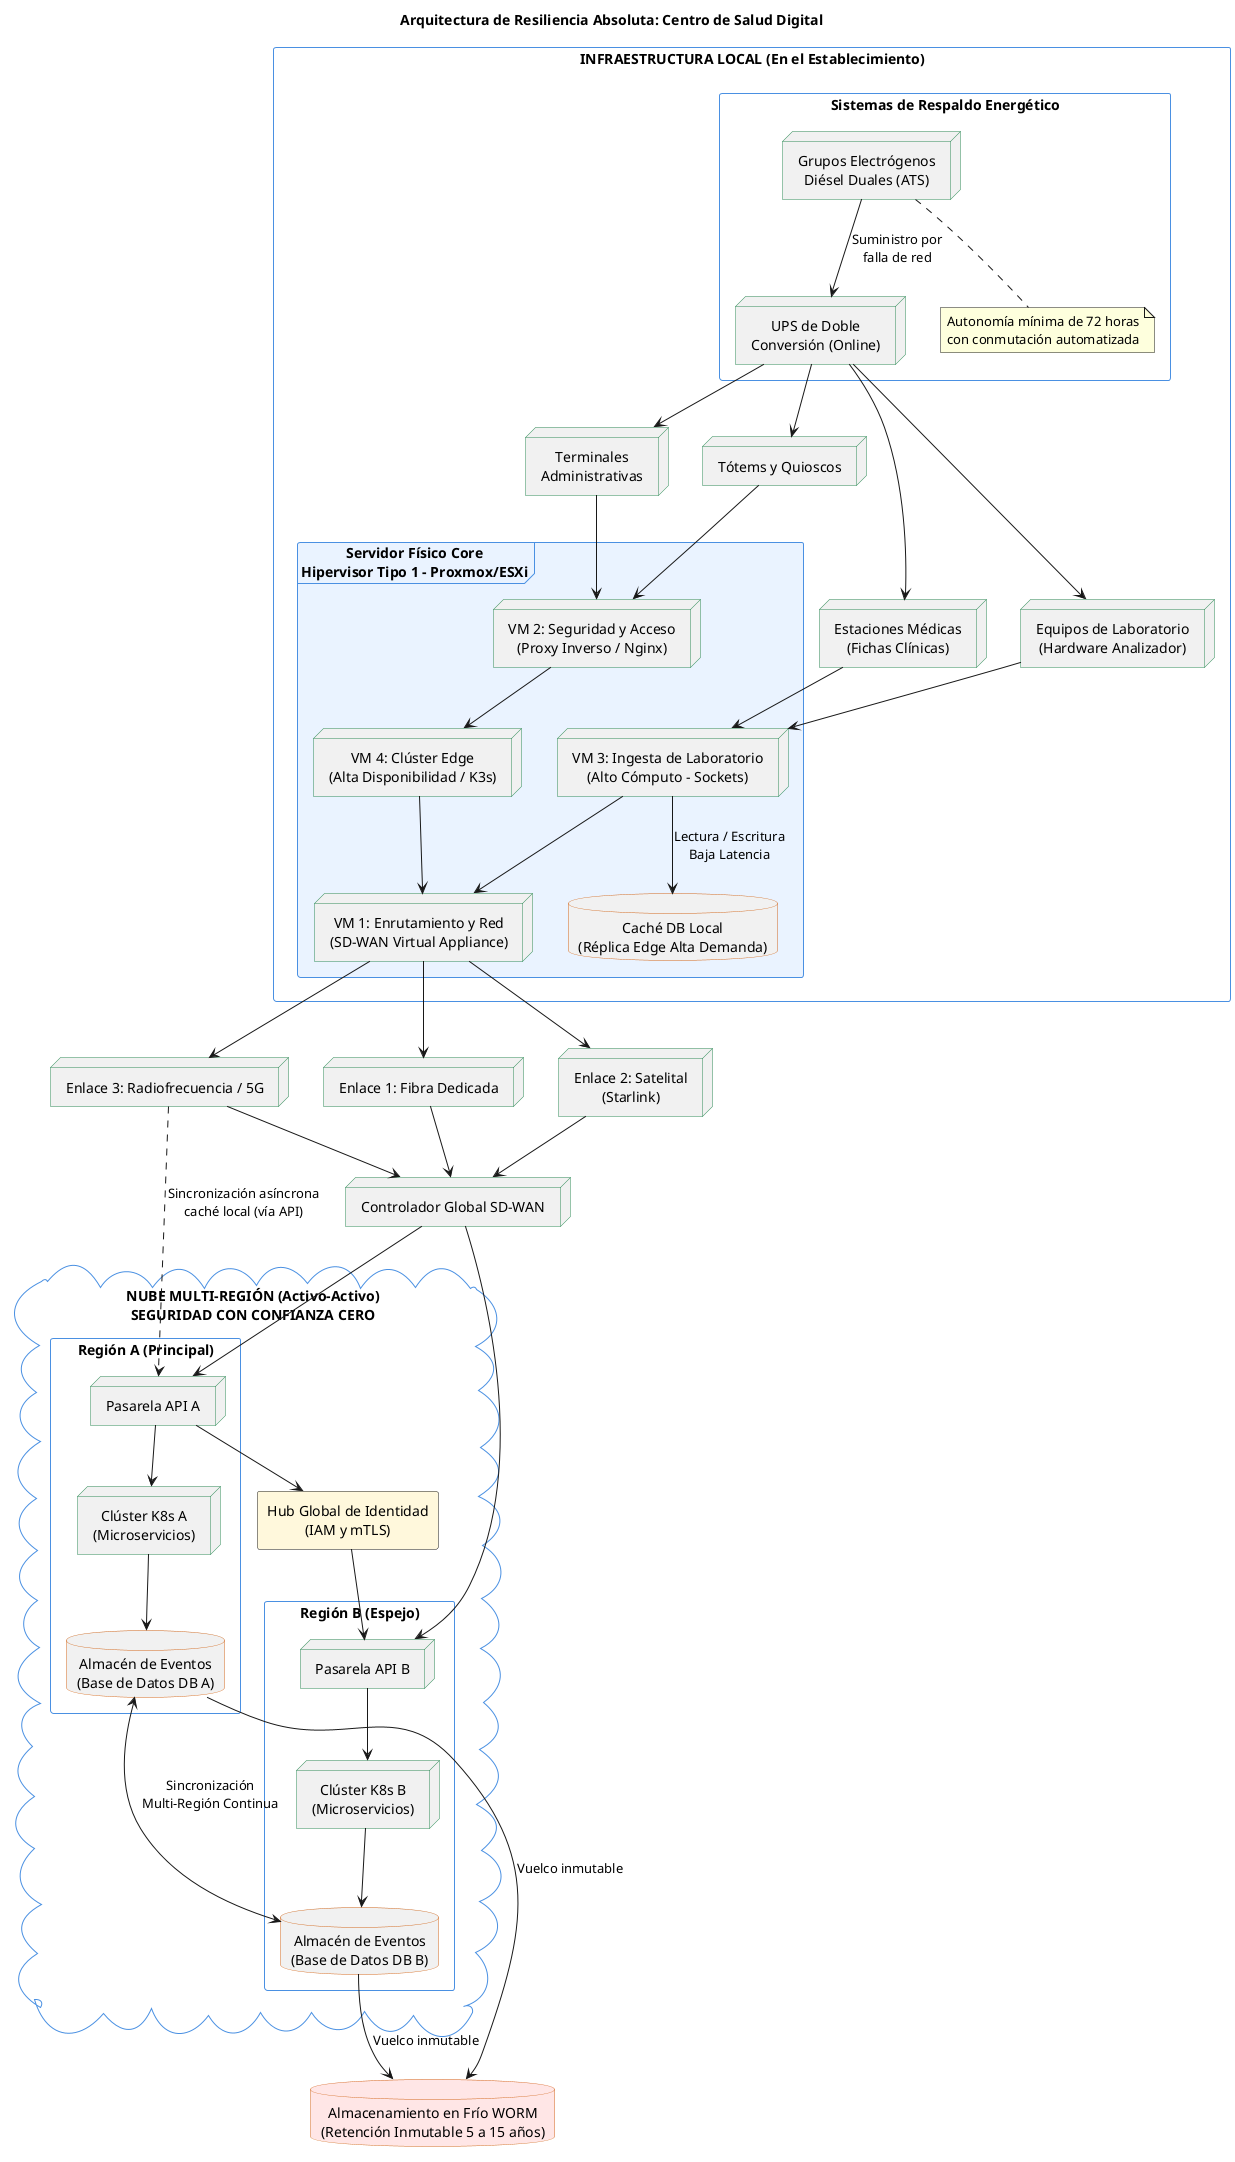
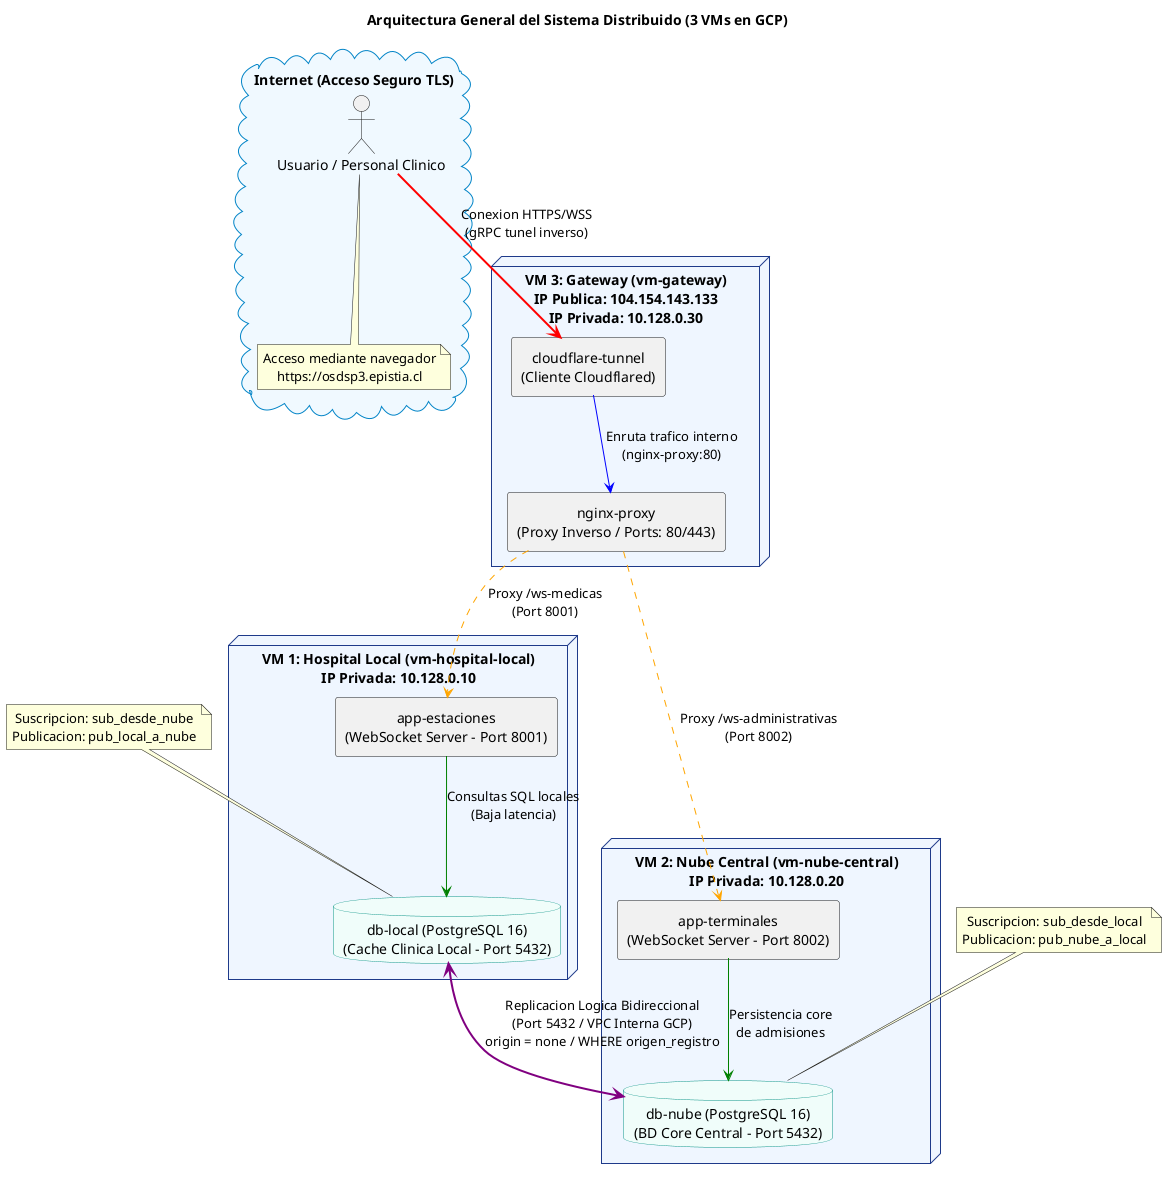
- @startuml Arquitectura de Resiliencia Absoluta: Centro de Salud Digital
- title Arquitectura de Resiliencia Absoluta: Centro de Salud Digital
+ @startuml Arquitectura OSDS: Centro de Salud Digital
+ title Arquitectura General del Sistema Distribuido (3 VMs en GCP)

skinparam shadowing false
skinparam packageStyle rectangle
skinparam componentStyle rectangle
skinparam defaultTextAlignment center

- skinparam package {
-     BorderColor #4A90E2
+ ' Colores
+ skinparam node {
+     BorderColor #1E3A8A
+     BackgroundColor #EFF6FF
+ }
+ skinparam database {
+     BorderColor #0D9488
+     BackgroundColor #F0FDFA
+ }
+ skinparam cloud {
+     BorderColor #0284C7
+     BackgroundColor #F0F9FF
}

- skinparam node {
-     BorderColor #2E8B57
+ cloud "Internet (Acceso Seguro TLS)" as INTERNET {
+     actor "Usuario / Personal Clinico" as CLIENT
+     note bottom of CLIENT
+         Acceso mediante navegador
+         https://osdsp3.epistia.cl
+     end note
}

- skinparam database {
-     BorderColor #D2691E
+ node "VM 3: Gateway (vm-gateway)\nIP Publica: 104.154.143.133\nIP Privada: 10.128.0.30" as VMGATEWAY {
+     component "cloudflare-tunnel\n(Cliente Cloudflared)" as TUNNEL
+     component "nginx-proxy\n(Proxy Inverso / Ports: 80/443)" as NGINX
+ 
+     TUNNEL -[#blue]-> NGINX : Enruta trafico interno\n(nginx-proxy:80)
}

- '====================================================
- ' INFRAESTRUCTURA LOCAL
- '====================================================
+ CLIENT -[#red,bold]-> TUNNEL : Conexion HTTPS/WSS\n(gRPC tunel inverso)

- package "INFRAESTRUCTURA LOCAL (En el Establecimiento)" as LOCAL {
+ node "VM 1: Hospital Local (vm-hospital-local)\nIP Privada: 10.128.0.10" as VMHOSPITAL {
+     component "app-estaciones\n(WebSocket Server - Port 8001)" as ESTACIONES
+     database "db-local (PostgreSQL 16)\n(Cache Clinica Local - Port 5432)" as DBLOCAL

-     package "Sistemas de Respaldo Energético" as ENERGIA {
- 
-         node "Grupos Electrógenos\nDiésel Duales (ATS)" as ATS
- 
-         node "UPS de Doble\nConversión (Online)" as UPS
- 
-         note bottom of ATS
-         Autonomía mínima de 72 horas
-         con conmutación automatizada
-         end note
- 
-         ATS --> UPS : Suministro por\nfalla de red
-     }
- 
-     node "Terminales\nAdministrativas" as TERM
-     node "Tótems y Quioscos" as KIOSK
-     node "Estaciones Médicas\n(Fichas Clínicas)" as MED
-     node "Equipos de Laboratorio\n(Hardware Analizador)" as HWLAB
- 
-     frame "Servidor Físico Core\nHipervisor Tipo 1 - Proxmox/ESXi" as CORE #EAF3FF {
- 
-         node "VM 2: Seguridad y Acceso\n(Proxy Inverso / Nginx)" as VM2
- 
-         node "VM 4: Clúster Edge\n(Alta Disponibilidad / K3s)" as VM4
- 
-         node "VM 3: Ingesta de Laboratorio\n(Alto Cómputo - Sockets)" as VM3
- 
-         node "VM 1: Enrutamiento y Red\n(SD-WAN Virtual Appliance)" as VM1
- 
-         database "Caché DB Local\n(Réplica Edge Alta Demanda)" as CACHE
- 
-         VM2 --> VM4
-         VM3 --> VM1
-         VM4 --> VM1
- 
-         VM3 --> CACHE : Lectura / Escritura\nBaja Latencia
-     }
- 
-     TERM --> VM2
-     KIOSK --> VM2
- 
-     MED --> VM3
-     HWLAB --> VM3
- 
-     UPS --> TERM
-     UPS --> KIOSK
-     UPS --> MED
-     UPS --> HWLAB
+     ESTACIONES -[#green]-> DBLOCAL : Consultas SQL locales\n(Baja latencia)
}

- '====================================================
- ' ENLACES WAN
- '====================================================
+ node "VM 2: Nube Central (vm-nube-central)\nIP Privada: 10.128.0.20" as VMNUBE {
+     component "app-terminales\n(WebSocket Server - Port 8002)" as TERMINALES
+     database "db-nube (PostgreSQL 16)\n(BD Core Central - Port 5432)" as DBNUBE

- node "Enlace 2: Satelital\n(Starlink)" as STARLINK
- 
- node "Enlace 3: Radiofrecuencia / 5G" as RF5G
- 
- node "Enlace 1: Fibra Dedicada" as FIBRA
- 
- VM1 --> STARLINK
- VM1 --> RF5G
- VM1 --> FIBRA
- 
- '====================================================
- ' CONTROLADOR SD-WAN
- '====================================================
- 
- node "Controlador Global SD-WAN" as SDWAN
- 
- STARLINK --> SDWAN
- RF5G --> SDWAN
- FIBRA --> SDWAN
- 
- '====================================================
- ' NUBE MULTI REGIÓN
- '====================================================
- 
- cloud "NUBE MULTI-REGIÓN (Activo-Activo)\nSEGURIDAD CON CONFIANZA CERO" as CLOUD {
- 
-     package "Región A (Principal)" as RA {
- 
-         node "Pasarela API A" as APIA
- 
-         node "Clúster K8s A\n(Microservicios)" as K8SA
- 
-         database "Almacén de Eventos\n(Base de Datos DB A)" as DBA
- 
-         APIA --> K8SA
-         K8SA --> DBA
-     }
- 
-     rectangle "Hub Global de Identidad\n(IAM y mTLS)" as IAM #FFF8DC
- 
-     package "Región B (Espejo)" as RB {
- 
-         node "Pasarela API B" as APIB
- 
-         node "Clúster K8s B\n(Microservicios)" as K8SB
- 
-         database "Almacén de Eventos\n(Base de Datos DB B)" as DBB
- 
-         APIB --> K8SB
-         K8SB --> DBB
-     }
- 
-     APIA --> IAM
-     IAM --> APIB
- 
-     DBA <--> DBB : Sincronización\nMulti-Región Continua
+     TERMINALES -[#green]-> DBNUBE : Persistencia core\nde admisiones
}

- '====================================================
- ' BACKUP WORM
- '====================================================
+ ' Flujos de Nginx
+ NGINX -[#orange,dashed]-> ESTACIONES : Proxy /ws-medicas\n(Port 8001)
+ NGINX -[#orange,dashed]-> TERMINALES : Proxy /ws-administrativas\n(Port 8002)

- database "Almacenamiento en Frío WORM\n(Retención Inmutable 5 a 15 años)" as WORM #FFE6E6
+ ' Canal de Replicacion Logica
+ DBLOCAL <.[#purple,bold].> DBNUBE : Replicacion Logica Bidireccional\n(Port 5432 / VPC Interna GCP)\norigin = none / WHERE origen_registro
+ note top of DBLOCAL
+   Suscripcion: sub_desde_nube
+   Publicacion: pub_local_a_nube
+ end note
+ note top of DBNUBE
+   Suscripcion: sub_desde_local
+   Publicacion: pub_nube_a_local
+ end note

- DBA --> WORM : Vuelco inmutable
- DBB --> WORM : Vuelco inmutable
- 
- '====================================================
- ' CONEXIÓN CLOUD
- '====================================================
- 
- SDWAN --> APIA
- SDWAN --> APIB
- 
- RF5G ..> APIA : Sincronización asíncrona\ncaché local (vía API)
@enduml